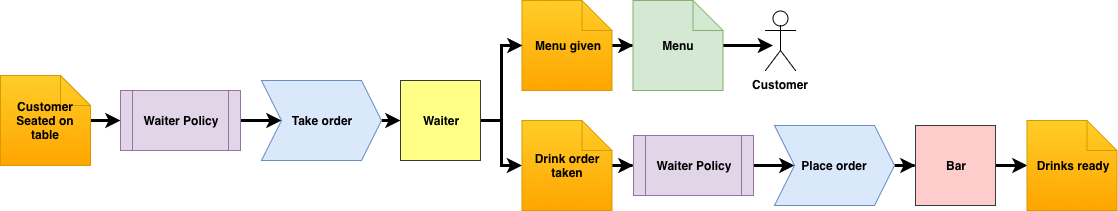
The draw.io diagram img/posts/events-restaurant/processFlowWaiterDrinks.png in tripledio/tripledio.github.io, before a commit. Source tidied: cells renumbered, new cells last; positions are measured from the earlier drawing's top-left corner, leaving out a move shared by most shapes.
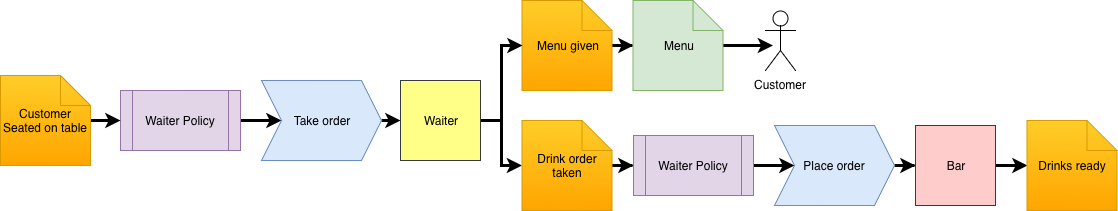
Above is the later version.

Change to the diagram source:
```diff
@@ -2,75 +2,75 @@
   <root>
     <mxCell id="0" />
     <mxCell id="1" parent="0" />
-    <mxCell id="2" style="edgeStyle=orthogonalEdgeStyle;rounded=0;jettySize=auto;html=1;exitX=1;exitY=0.5;exitDx=0;exitDy=0;entryX=0;entryY=0.5;entryDx=0;entryDy=0;entryPerimeter=0;strokeWidth=3;" parent="1" edge="1" source="3" target="4">
+    <mxCell id="2" style="edgeStyle=orthogonalEdgeStyle;rounded=0;jettySize=auto;html=1;exitX=1;exitY=0.5;exitDx=0;exitDy=0;entryX=0;entryY=0.5;entryDx=0;entryDy=0;entryPerimeter=0;strokeWidth=3;fontStyle=0;" parent="1" edge="1" source="3" target="4">
       <mxGeometry relative="1" as="geometry" />
     </mxCell>
-    <mxCell id="3" value="&lt;b&gt;Bar&lt;/b&gt;&lt;br&gt;" style="whiteSpace=wrap;html=1;fillColor=#ffcccc;strokeColor=#36393d;" parent="1" vertex="1">
+    <mxCell id="3" value="&lt;span&gt;Bar&lt;/span&gt;&lt;br&gt;" style="whiteSpace=wrap;html=1;fillColor=#ffcccc;strokeColor=#36393d;fontStyle=0;" parent="1" vertex="1">
       <mxGeometry x="915" y="125" width="80" height="80" as="geometry" />
     </mxCell>
-    <mxCell id="4" value="&lt;b&gt;Drinks ready&lt;/b&gt;&lt;br&gt;" style="shape=note;whiteSpace=wrap;html=1;backgroundOutline=1;fillColor=#ffcd28;strokeColor=#d79b00;gradientColor=#ffa500;" parent="1" vertex="1">
+    <mxCell id="4" value="&lt;span&gt;Drinks ready&lt;/span&gt;&lt;br&gt;" style="shape=note;whiteSpace=wrap;html=1;backgroundOutline=1;fillColor=#ffcd28;strokeColor=#d79b00;gradientColor=#ffa500;fontStyle=0;" parent="1" vertex="1">
       <mxGeometry x="1026.5" y="120" width="90" height="90" as="geometry" />
     </mxCell>
-    <mxCell id="5" style="edgeStyle=orthogonalEdgeStyle;rounded=0;jettySize=auto;html=1;entryX=0;entryY=0.5;entryDx=0;entryDy=0;entryPerimeter=0;strokeWidth=3;" parent="1" edge="1" source="6" target="17">
+    <mxCell id="5" style="edgeStyle=orthogonalEdgeStyle;rounded=0;jettySize=auto;html=1;entryX=0;entryY=0.5;entryDx=0;entryDy=0;entryPerimeter=0;strokeWidth=3;fontStyle=0;" parent="1" edge="1" source="6" target="17">
       <mxGeometry relative="1" as="geometry" />
     </mxCell>
-    <mxCell id="6" value="&lt;b&gt;Menu given&lt;/b&gt;&lt;br&gt;" style="shape=note;whiteSpace=wrap;html=1;backgroundOutline=1;fillColor=#ffcd28;strokeColor=#d79b00;gradientColor=#ffa500;" parent="1" vertex="1">
+    <mxCell id="6" value="&lt;span&gt;Menu given&lt;/span&gt;&lt;br&gt;" style="shape=note;whiteSpace=wrap;html=1;backgroundOutline=1;fillColor=#ffcd28;strokeColor=#d79b00;gradientColor=#ffa500;fontStyle=0;" parent="1" vertex="1">
       <mxGeometry x="521.5" width="90" height="90" as="geometry" />
     </mxCell>
-    <mxCell id="7" style="edgeStyle=orthogonalEdgeStyle;rounded=0;jettySize=auto;html=1;entryX=0;entryY=0.5;entryDx=0;entryDy=0;strokeWidth=3;" parent="1" edge="1" source="8" target="10">
+    <mxCell id="7" style="edgeStyle=orthogonalEdgeStyle;rounded=0;jettySize=auto;html=1;entryX=0;entryY=0.5;entryDx=0;entryDy=0;strokeWidth=3;fontStyle=0;" parent="1" edge="1" source="8" target="10">
       <mxGeometry relative="1" as="geometry" />
     </mxCell>
-    <mxCell id="8" value="&lt;b&gt;Waiter Policy&lt;/b&gt;" style="shape=process;whiteSpace=wrap;html=1;backgroundOutline=1;fillColor=#e1d5e7;strokeColor=#9673a6;" parent="1" vertex="1">
+    <mxCell id="8" value="&lt;span&gt;Waiter Policy&lt;/span&gt;" style="shape=process;whiteSpace=wrap;html=1;backgroundOutline=1;fillColor=#e1d5e7;strokeColor=#9673a6;fontStyle=0;" parent="1" vertex="1">
       <mxGeometry x="120" y="90" width="120" height="60" as="geometry" />
     </mxCell>
-    <mxCell id="9" style="edgeStyle=orthogonalEdgeStyle;rounded=0;jettySize=auto;html=1;exitX=1;exitY=0.5;exitDx=0;exitDy=0;entryX=0;entryY=0.5;entryDx=0;entryDy=0;strokeWidth=3;" parent="1" edge="1" source="10" target="13">
+    <mxCell id="9" style="edgeStyle=orthogonalEdgeStyle;rounded=0;jettySize=auto;html=1;exitX=1;exitY=0.5;exitDx=0;exitDy=0;entryX=0;entryY=0.5;entryDx=0;entryDy=0;strokeWidth=3;fontStyle=0;" parent="1" edge="1" source="10" target="13">
       <mxGeometry relative="1" as="geometry" />
     </mxCell>
-    <mxCell id="10" value="&lt;b&gt;Take order&lt;/b&gt;" style="shape=step;perimeter=stepPerimeter;whiteSpace=wrap;html=1;fixedSize=1;fillColor=#dae8fc;strokeColor=#6c8ebf;" parent="1" vertex="1">
+    <mxCell id="10" value="&lt;span&gt;Take order&lt;/span&gt;" style="shape=step;perimeter=stepPerimeter;whiteSpace=wrap;html=1;fixedSize=1;fillColor=#dae8fc;strokeColor=#6c8ebf;fontStyle=0;" parent="1" vertex="1">
       <mxGeometry x="261" y="80" width="120" height="80" as="geometry" />
     </mxCell>
-    <mxCell id="11" style="edgeStyle=orthogonalEdgeStyle;rounded=0;jettySize=auto;html=1;entryX=0;entryY=0.5;entryDx=0;entryDy=0;entryPerimeter=0;strokeWidth=3;" parent="1" edge="1" source="13" target="6">
+    <mxCell id="11" style="edgeStyle=orthogonalEdgeStyle;rounded=0;jettySize=auto;html=1;entryX=0;entryY=0.5;entryDx=0;entryDy=0;entryPerimeter=0;strokeWidth=3;fontStyle=0;" parent="1" edge="1" source="13" target="6">
       <mxGeometry relative="1" as="geometry" />
     </mxCell>
-    <mxCell id="12" style="edgeStyle=orthogonalEdgeStyle;rounded=0;jettySize=auto;html=1;strokeWidth=3;" parent="1" edge="1" source="13" target="15">
+    <mxCell id="12" style="edgeStyle=orthogonalEdgeStyle;rounded=0;jettySize=auto;html=1;strokeWidth=3;fontStyle=0;" parent="1" edge="1" source="13" target="15">
       <mxGeometry relative="1" as="geometry" />
     </mxCell>
-    <mxCell id="13" value="&lt;b&gt;Waiter&lt;/b&gt;" style="whiteSpace=wrap;html=1;fillColor=#ffff88;strokeColor=#36393d;" parent="1" vertex="1">
+    <mxCell id="13" value="&lt;span&gt;Waiter&lt;/span&gt;" style="whiteSpace=wrap;html=1;fillColor=#ffff88;strokeColor=#36393d;fontStyle=0;" parent="1" vertex="1">
       <mxGeometry x="400" y="80" width="80" height="80" as="geometry" />
     </mxCell>
-    <mxCell id="14" style="edgeStyle=orthogonalEdgeStyle;rounded=0;jettySize=auto;html=1;entryX=0;entryY=0.5;entryDx=0;entryDy=0;strokeWidth=3;" parent="1" edge="1" source="15" target="20">
+    <mxCell id="14" style="edgeStyle=orthogonalEdgeStyle;rounded=0;jettySize=auto;html=1;entryX=0;entryY=0.5;entryDx=0;entryDy=0;strokeWidth=3;fontStyle=0;" parent="1" edge="1" source="15" target="20">
       <mxGeometry relative="1" as="geometry" />
     </mxCell>
-    <mxCell id="15" value="&lt;b&gt;Drink order taken&lt;/b&gt;&lt;br&gt;" style="shape=note;whiteSpace=wrap;html=1;backgroundOutline=1;fillColor=#ffcd28;strokeColor=#d79b00;gradientColor=#ffa500;" parent="1" vertex="1">
+    <mxCell id="15" value="&lt;span&gt;Drink order taken&lt;/span&gt;&lt;br&gt;" style="shape=note;whiteSpace=wrap;html=1;backgroundOutline=1;fillColor=#ffcd28;strokeColor=#d79b00;gradientColor=#ffa500;fontStyle=0;" parent="1" vertex="1">
       <mxGeometry x="521.5" y="120" width="90" height="90" as="geometry" />
     </mxCell>
-    <mxCell id="16" style="edgeStyle=orthogonalEdgeStyle;rounded=0;jettySize=auto;html=1;strokeWidth=3;" parent="1" edge="1" source="17">
+    <mxCell id="16" style="edgeStyle=orthogonalEdgeStyle;rounded=0;jettySize=auto;html=1;strokeWidth=3;fontStyle=0;" parent="1" edge="1" source="17">
       <mxGeometry relative="1" as="geometry">
         <mxPoint x="772.5" y="45" as="targetPoint" />
       </mxGeometry>
     </mxCell>
-    <mxCell id="17" value="&lt;b&gt;Menu&lt;/b&gt;" style="shape=note;whiteSpace=wrap;html=1;backgroundOutline=1;fillColor=#d5e8d4;strokeColor=#82b366;" parent="1" vertex="1">
+    <mxCell id="17" value="&lt;span&gt;Menu&lt;/span&gt;" style="shape=note;whiteSpace=wrap;html=1;backgroundOutline=1;fillColor=#d5e8d4;strokeColor=#82b366;fontStyle=0;" parent="1" vertex="1">
       <mxGeometry x="632.5" width="90" height="90" as="geometry" />
     </mxCell>
-    <mxCell id="18" value="&lt;b&gt;Customer&lt;/b&gt;" style="shape=umlActor;verticalLabelPosition=bottom;labelBackgroundColor=#ffffff;verticalAlign=top;html=1;" parent="1" vertex="1">
+    <mxCell id="18" value="&lt;span&gt;Customer&lt;/span&gt;" style="shape=umlActor;verticalLabelPosition=bottom;labelBackgroundColor=#ffffff;verticalAlign=top;html=1;fontStyle=0;" parent="1" vertex="1">
       <mxGeometry x="765" y="10" width="30" height="60" as="geometry" />
     </mxCell>
-    <mxCell id="19" style="edgeStyle=orthogonalEdgeStyle;rounded=0;jettySize=auto;html=1;entryX=0;entryY=0.5;entryDx=0;entryDy=0;strokeWidth=3;" parent="1" edge="1" source="20" target="22">
+    <mxCell id="19" style="edgeStyle=orthogonalEdgeStyle;rounded=0;jettySize=auto;html=1;entryX=0;entryY=0.5;entryDx=0;entryDy=0;strokeWidth=3;fontStyle=0;" parent="1" edge="1" source="20" target="22">
       <mxGeometry relative="1" as="geometry" />
     </mxCell>
-    <mxCell id="20" value="&lt;b&gt;Waiter Policy&lt;/b&gt;" style="shape=process;whiteSpace=wrap;html=1;backgroundOutline=1;fillColor=#e1d5e7;strokeColor=#9673a6;" parent="1" vertex="1">
+    <mxCell id="20" value="&lt;span&gt;Waiter Policy&lt;/span&gt;" style="shape=process;whiteSpace=wrap;html=1;backgroundOutline=1;fillColor=#e1d5e7;strokeColor=#9673a6;fontStyle=0;" parent="1" vertex="1">
       <mxGeometry x="633" y="135" width="120" height="60" as="geometry" />
     </mxCell>
-    <mxCell id="21" style="edgeStyle=orthogonalEdgeStyle;rounded=0;jettySize=auto;html=1;entryX=0;entryY=0.5;entryDx=0;entryDy=0;strokeWidth=3;" parent="1" edge="1" source="22" target="3">
+    <mxCell id="21" style="edgeStyle=orthogonalEdgeStyle;rounded=0;jettySize=auto;html=1;entryX=0;entryY=0.5;entryDx=0;entryDy=0;strokeWidth=3;fontStyle=0;" parent="1" edge="1" source="22" target="3">
       <mxGeometry relative="1" as="geometry" />
     </mxCell>
-    <mxCell id="22" value="&lt;b&gt;Place order&lt;/b&gt;" style="shape=step;perimeter=stepPerimeter;whiteSpace=wrap;html=1;fixedSize=1;fillColor=#dae8fc;strokeColor=#6c8ebf;" parent="1" vertex="1">
+    <mxCell id="22" value="&lt;span&gt;Place order&lt;/span&gt;" style="shape=step;perimeter=stepPerimeter;whiteSpace=wrap;html=1;fixedSize=1;fillColor=#dae8fc;strokeColor=#6c8ebf;fontStyle=0;" parent="1" vertex="1">
       <mxGeometry x="774" y="125" width="120" height="80" as="geometry" />
     </mxCell>
-    <mxCell id="23" style="edgeStyle=orthogonalEdgeStyle;rounded=0;jettySize=auto;html=1;entryX=0;entryY=0.5;entryDx=0;entryDy=0;strokeWidth=3;" parent="1" edge="1" source="24" target="8">
+    <mxCell id="23" style="edgeStyle=orthogonalEdgeStyle;rounded=0;jettySize=auto;html=1;entryX=0;entryY=0.5;entryDx=0;entryDy=0;strokeWidth=3;fontStyle=0;" parent="1" edge="1" source="24" target="8">
       <mxGeometry relative="1" as="geometry" />
     </mxCell>
-    <mxCell id="24" value="&lt;b&gt;Customer Seated on table&lt;/b&gt;&lt;br&gt;" style="shape=note;whiteSpace=wrap;html=1;backgroundOutline=1;fillColor=#ffcd28;strokeColor=#d79b00;gradientColor=#ffa500;" parent="1" vertex="1">
+    <mxCell id="24" value="&lt;span&gt;Customer Seated on table&lt;/span&gt;&lt;br&gt;" style="shape=note;whiteSpace=wrap;html=1;backgroundOutline=1;fillColor=#ffcd28;strokeColor=#d79b00;gradientColor=#ffa500;fontStyle=0;" parent="1" vertex="1">
       <mxGeometry y="75" width="90" height="90" as="geometry" />
     </mxCell>
   </root>
```
